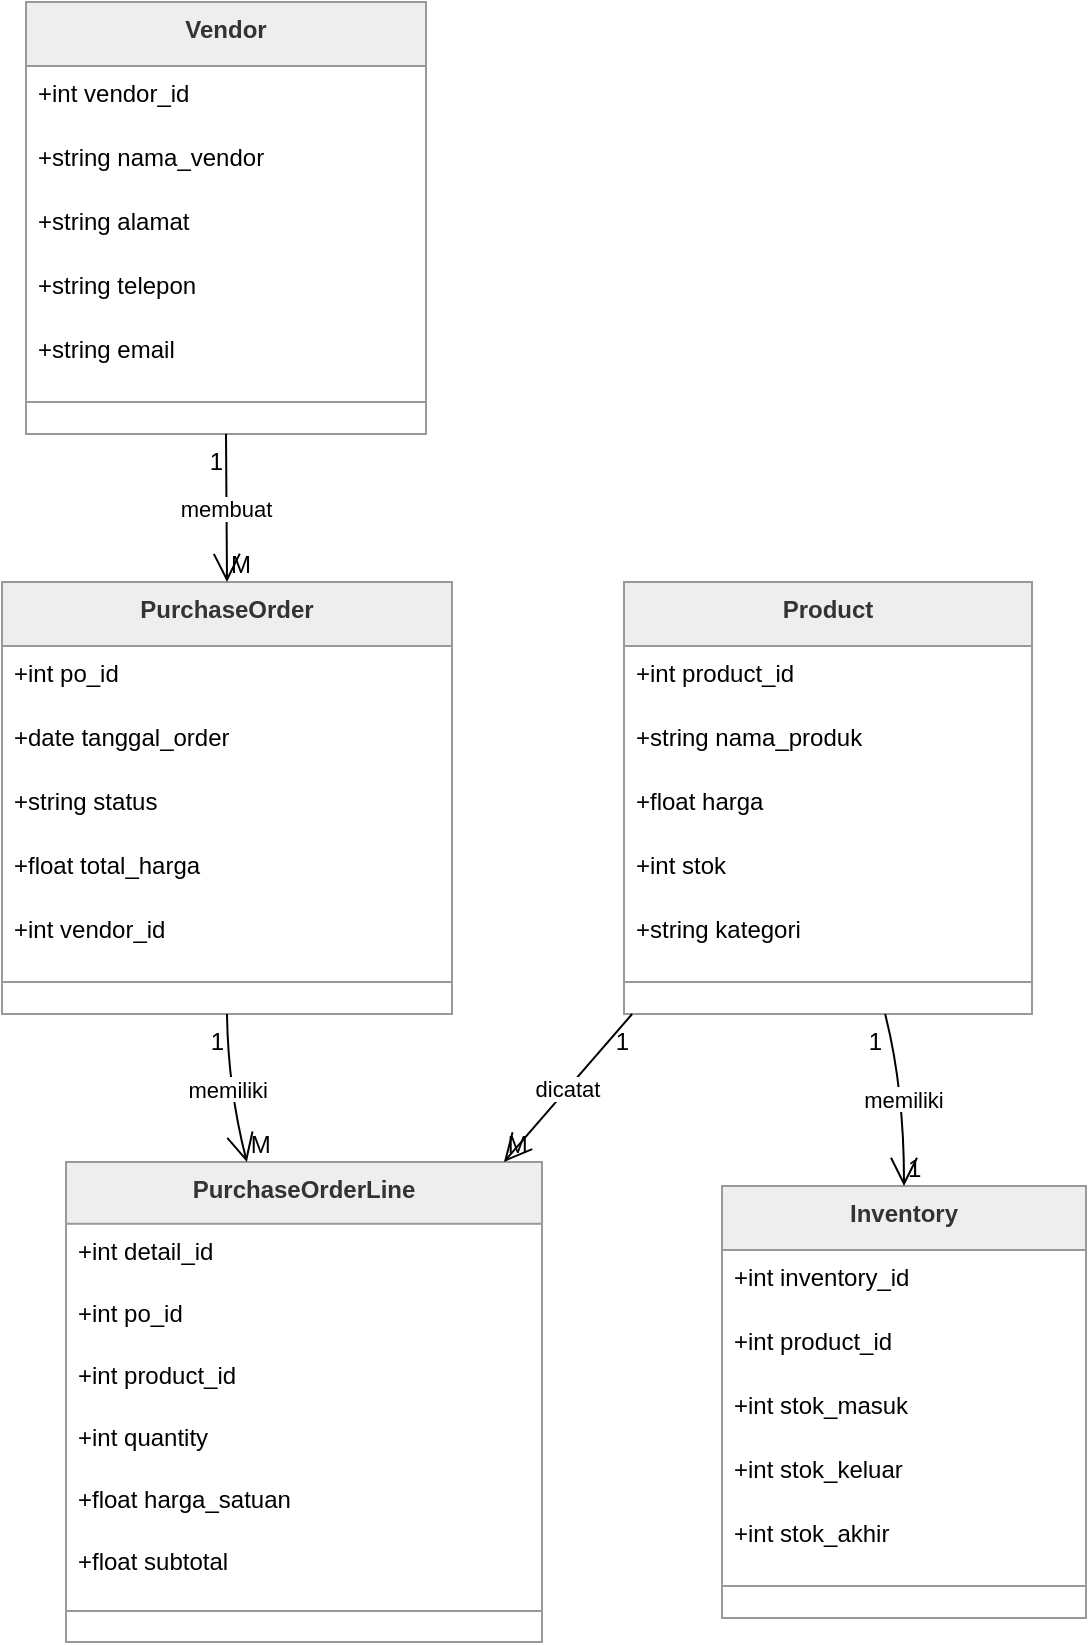
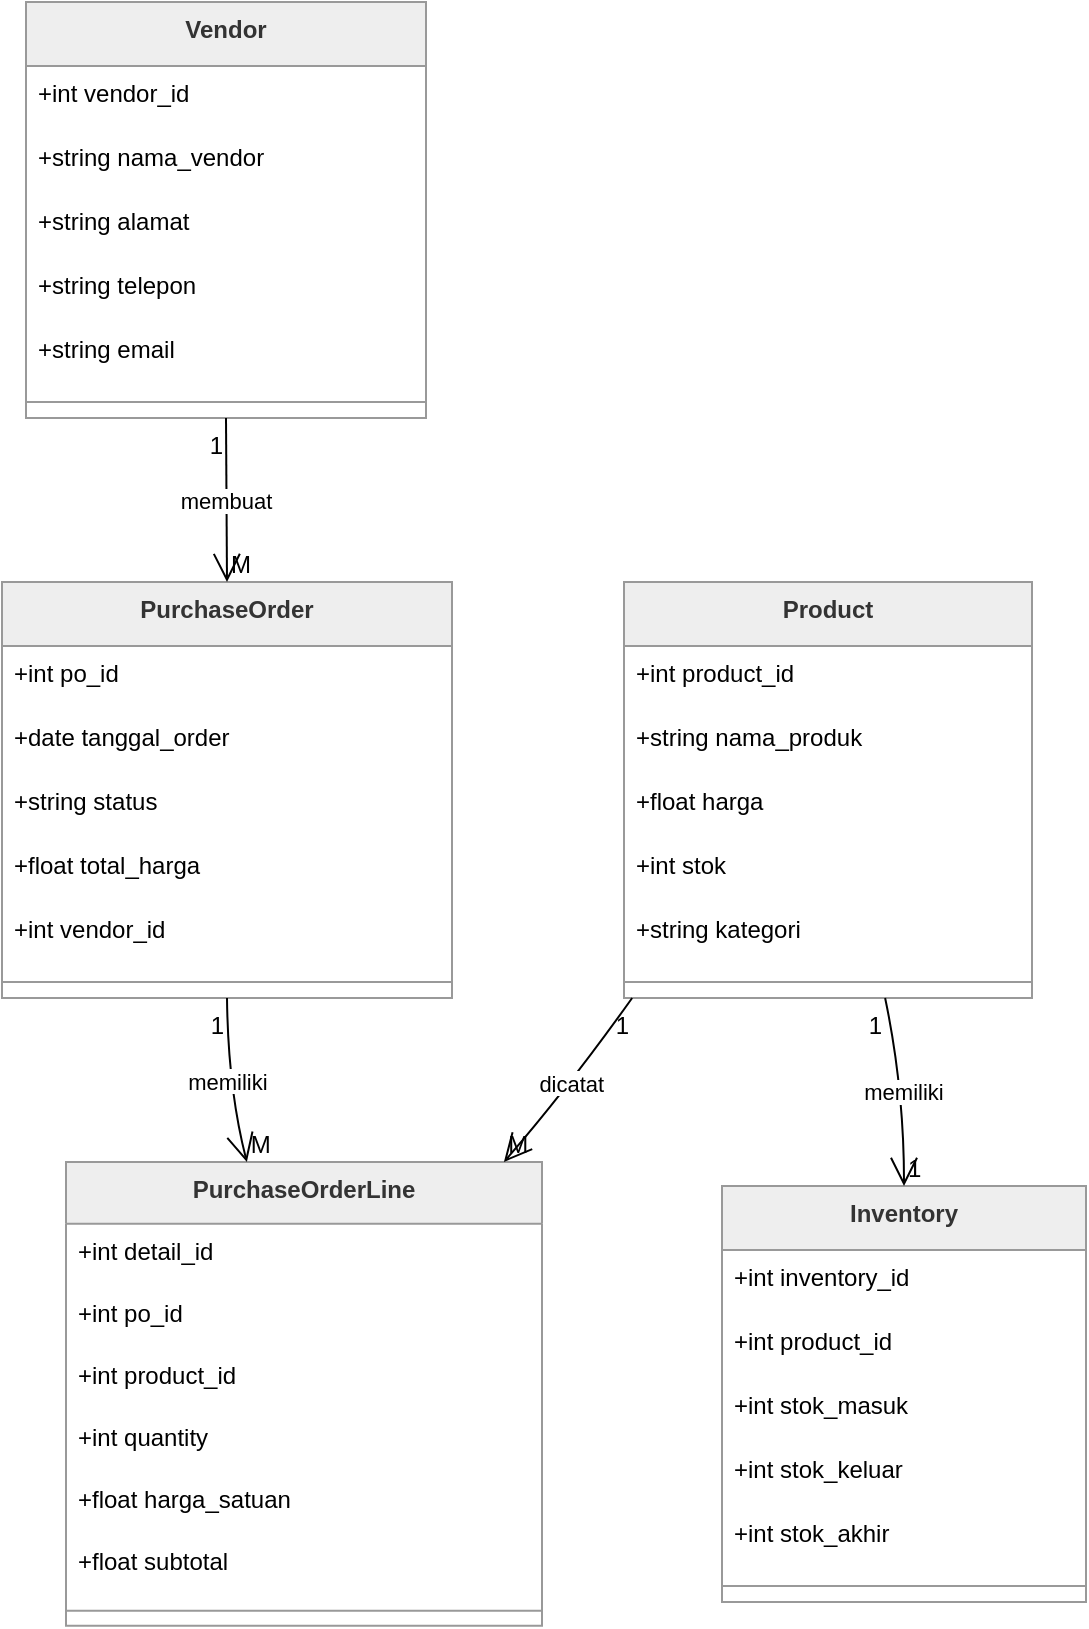
<mxfile host="app.diagrams.net">
  <diagram name="Page-1" id="ZEHfZsw04EiPZ7DPtwml">
-     <mxGraphModel>
+     <mxGraphModel dx="1407" dy="820" grid="1" gridSize="10" guides="1" tooltips="1" connect="1" arrows="1" fold="1" page="1" pageScale="1" pageWidth="850" pageHeight="1100" math="0" shadow="0">
      <root>
        <mxCell id="0" />
        <mxCell id="1" parent="0" />
-         <mxCell id="2" parent="1" style="swimlane;fontStyle=1;align=center;verticalAlign=top;childLayout=stackLayout;horizontal=1;startSize=32;horizontalStack=0;resizeParent=1;resizeParentMax=0;resizeLast=0;collapsible=0;marginBottom=0;fillColor=light-dark(#eeeeee,#1f2020);strokeColor=light-dark(#999999,#cccccc);fontColor=light-dark(#333333,#cccccc);" value="Vendor" vertex="1">
-           <mxGeometry height="216" width="200" x="20" y="8" as="geometry" />
+         <mxCell id="v3tHAhKI5LKudyrF1IeP-49" parent="1" style="swimlane;fontStyle=1;align=center;verticalAlign=top;childLayout=stackLayout;horizontal=1;startSize=32;horizontalStack=0;resizeParent=1;resizeParentMax=0;resizeLast=0;collapsible=0;marginBottom=0;fillColor=light-dark(#eeeeee,#1f2020);strokeColor=light-dark(#999999,#cccccc);fontColor=light-dark(#333333,#cccccc);" value="Vendor" vertex="1">
+           <mxGeometry height="208" width="200" x="32" y="20" as="geometry" />
        </mxCell>
-         <mxCell id="3" parent="2" style="text;strokeColor=none;fillColor=none;align=left;verticalAlign=top;spacingLeft=4;spacingRight=4;overflow=hidden;rotatable=0;points=[[0,0.5],[1,0.5]];portConstraint=eastwest;" value="+int vendor_id" vertex="1">
+         <mxCell id="v3tHAhKI5LKudyrF1IeP-50" parent="v3tHAhKI5LKudyrF1IeP-49" style="text;strokeColor=none;fillColor=none;align=left;verticalAlign=top;spacingLeft=4;spacingRight=4;overflow=hidden;rotatable=0;points=[[0,0.5],[1,0.5]];portConstraint=eastwest;" value="+int vendor_id" vertex="1">
          <mxGeometry height="32" width="200" y="32" as="geometry" />
        </mxCell>
-         <mxCell id="4" parent="2" style="text;strokeColor=none;fillColor=none;align=left;verticalAlign=top;spacingLeft=4;spacingRight=4;overflow=hidden;rotatable=0;points=[[0,0.5],[1,0.5]];portConstraint=eastwest;" value="+string nama_vendor" vertex="1">
+         <mxCell id="v3tHAhKI5LKudyrF1IeP-51" parent="v3tHAhKI5LKudyrF1IeP-49" style="text;strokeColor=none;fillColor=none;align=left;verticalAlign=top;spacingLeft=4;spacingRight=4;overflow=hidden;rotatable=0;points=[[0,0.5],[1,0.5]];portConstraint=eastwest;" value="+string nama_vendor" vertex="1">
          <mxGeometry height="32" width="200" y="64" as="geometry" />
        </mxCell>
-         <mxCell id="5" parent="2" style="text;strokeColor=none;fillColor=none;align=left;verticalAlign=top;spacingLeft=4;spacingRight=4;overflow=hidden;rotatable=0;points=[[0,0.5],[1,0.5]];portConstraint=eastwest;" value="+string alamat" vertex="1">
+         <mxCell id="v3tHAhKI5LKudyrF1IeP-52" parent="v3tHAhKI5LKudyrF1IeP-49" style="text;strokeColor=none;fillColor=none;align=left;verticalAlign=top;spacingLeft=4;spacingRight=4;overflow=hidden;rotatable=0;points=[[0,0.5],[1,0.5]];portConstraint=eastwest;" value="+string alamat" vertex="1">
          <mxGeometry height="32" width="200" y="96" as="geometry" />
        </mxCell>
-         <mxCell id="6" parent="2" style="text;strokeColor=none;fillColor=none;align=left;verticalAlign=top;spacingLeft=4;spacingRight=4;overflow=hidden;rotatable=0;points=[[0,0.5],[1,0.5]];portConstraint=eastwest;" value="+string telepon" vertex="1">
+         <mxCell id="v3tHAhKI5LKudyrF1IeP-53" parent="v3tHAhKI5LKudyrF1IeP-49" style="text;strokeColor=none;fillColor=none;align=left;verticalAlign=top;spacingLeft=4;spacingRight=4;overflow=hidden;rotatable=0;points=[[0,0.5],[1,0.5]];portConstraint=eastwest;" value="+string telepon" vertex="1">
          <mxGeometry height="32" width="200" y="128" as="geometry" />
        </mxCell>
-         <mxCell id="7" parent="2" style="text;strokeColor=none;fillColor=none;align=left;verticalAlign=top;spacingLeft=4;spacingRight=4;overflow=hidden;rotatable=0;points=[[0,0.5],[1,0.5]];portConstraint=eastwest;" value="+string email" vertex="1">
+         <mxCell id="v3tHAhKI5LKudyrF1IeP-54" parent="v3tHAhKI5LKudyrF1IeP-49" style="text;strokeColor=none;fillColor=none;align=left;verticalAlign=top;spacingLeft=4;spacingRight=4;overflow=hidden;rotatable=0;points=[[0,0.5],[1,0.5]];portConstraint=eastwest;" value="+string email" vertex="1">
          <mxGeometry height="32" width="200" y="160" as="geometry" />
        </mxCell>
-         <mxCell id="8" parent="2" style="line;strokeWidth=1;fillColor=none;align=left;verticalAlign=middle;spacingTop=-1;spacingLeft=3;spacingRight=3;rotatable=0;labelPosition=right;points=[];portConstraint=eastwest;strokeColor=inherit;" vertex="1">
+         <mxCell id="v3tHAhKI5LKudyrF1IeP-55" parent="v3tHAhKI5LKudyrF1IeP-49" style="line;strokeWidth=1;fillColor=none;align=left;verticalAlign=middle;spacingTop=-1;spacingLeft=3;spacingRight=3;rotatable=0;labelPosition=right;points=[];portConstraint=eastwest;strokeColor=inherit;" vertex="1">
          <mxGeometry height="16" width="200" y="192" as="geometry" />
        </mxCell>
-         <mxCell id="9" parent="1" style="swimlane;fontStyle=1;align=center;verticalAlign=top;childLayout=stackLayout;horizontal=1;startSize=32;horizontalStack=0;resizeParent=1;resizeParentMax=0;resizeLast=0;collapsible=0;marginBottom=0;fillColor=light-dark(#eeeeee,#1f2020);strokeColor=light-dark(#999999,#cccccc);fontColor=light-dark(#333333,#cccccc);" value="Product" vertex="1">
-           <mxGeometry height="216" width="204" x="319" y="298" as="geometry" />
+         <mxCell id="v3tHAhKI5LKudyrF1IeP-56" parent="1" style="swimlane;fontStyle=1;align=center;verticalAlign=top;childLayout=stackLayout;horizontal=1;startSize=32;horizontalStack=0;resizeParent=1;resizeParentMax=0;resizeLast=0;collapsible=0;marginBottom=0;fillColor=light-dark(#eeeeee,#1f2020);strokeColor=light-dark(#999999,#cccccc);fontColor=light-dark(#333333,#cccccc);" value="Product" vertex="1">
+           <mxGeometry height="208" width="204" x="331" y="310" as="geometry" />
        </mxCell>
-         <mxCell id="10" parent="9" style="text;strokeColor=none;fillColor=none;align=left;verticalAlign=top;spacingLeft=4;spacingRight=4;overflow=hidden;rotatable=0;points=[[0,0.5],[1,0.5]];portConstraint=eastwest;" value="+int product_id" vertex="1">
+         <mxCell id="v3tHAhKI5LKudyrF1IeP-57" parent="v3tHAhKI5LKudyrF1IeP-56" style="text;strokeColor=none;fillColor=none;align=left;verticalAlign=top;spacingLeft=4;spacingRight=4;overflow=hidden;rotatable=0;points=[[0,0.5],[1,0.5]];portConstraint=eastwest;" value="+int product_id" vertex="1">
          <mxGeometry height="32" width="204" y="32" as="geometry" />
        </mxCell>
-         <mxCell id="11" parent="9" style="text;strokeColor=none;fillColor=none;align=left;verticalAlign=top;spacingLeft=4;spacingRight=4;overflow=hidden;rotatable=0;points=[[0,0.5],[1,0.5]];portConstraint=eastwest;" value="+string nama_produk" vertex="1">
+         <mxCell id="v3tHAhKI5LKudyrF1IeP-58" parent="v3tHAhKI5LKudyrF1IeP-56" style="text;strokeColor=none;fillColor=none;align=left;verticalAlign=top;spacingLeft=4;spacingRight=4;overflow=hidden;rotatable=0;points=[[0,0.5],[1,0.5]];portConstraint=eastwest;" value="+string nama_produk" vertex="1">
          <mxGeometry height="32" width="204" y="64" as="geometry" />
        </mxCell>
-         <mxCell id="12" parent="9" style="text;strokeColor=none;fillColor=none;align=left;verticalAlign=top;spacingLeft=4;spacingRight=4;overflow=hidden;rotatable=0;points=[[0,0.5],[1,0.5]];portConstraint=eastwest;" value="+float harga" vertex="1">
+         <mxCell id="v3tHAhKI5LKudyrF1IeP-59" parent="v3tHAhKI5LKudyrF1IeP-56" style="text;strokeColor=none;fillColor=none;align=left;verticalAlign=top;spacingLeft=4;spacingRight=4;overflow=hidden;rotatable=0;points=[[0,0.5],[1,0.5]];portConstraint=eastwest;" value="+float harga" vertex="1">
          <mxGeometry height="32" width="204" y="96" as="geometry" />
        </mxCell>
-         <mxCell id="13" parent="9" style="text;strokeColor=none;fillColor=none;align=left;verticalAlign=top;spacingLeft=4;spacingRight=4;overflow=hidden;rotatable=0;points=[[0,0.5],[1,0.5]];portConstraint=eastwest;" value="+int stok" vertex="1">
+         <mxCell id="v3tHAhKI5LKudyrF1IeP-60" parent="v3tHAhKI5LKudyrF1IeP-56" style="text;strokeColor=none;fillColor=none;align=left;verticalAlign=top;spacingLeft=4;spacingRight=4;overflow=hidden;rotatable=0;points=[[0,0.5],[1,0.5]];portConstraint=eastwest;" value="+int stok" vertex="1">
          <mxGeometry height="32" width="204" y="128" as="geometry" />
        </mxCell>
-         <mxCell id="14" parent="9" style="text;strokeColor=none;fillColor=none;align=left;verticalAlign=top;spacingLeft=4;spacingRight=4;overflow=hidden;rotatable=0;points=[[0,0.5],[1,0.5]];portConstraint=eastwest;" value="+string kategori" vertex="1">
+         <mxCell id="v3tHAhKI5LKudyrF1IeP-61" parent="v3tHAhKI5LKudyrF1IeP-56" style="text;strokeColor=none;fillColor=none;align=left;verticalAlign=top;spacingLeft=4;spacingRight=4;overflow=hidden;rotatable=0;points=[[0,0.5],[1,0.5]];portConstraint=eastwest;" value="+string kategori" vertex="1">
          <mxGeometry height="32" width="204" y="160" as="geometry" />
        </mxCell>
-         <mxCell id="15" parent="9" style="line;strokeWidth=1;fillColor=none;align=left;verticalAlign=middle;spacingTop=-1;spacingLeft=3;spacingRight=3;rotatable=0;labelPosition=right;points=[];portConstraint=eastwest;strokeColor=inherit;" vertex="1">
+         <mxCell id="v3tHAhKI5LKudyrF1IeP-62" parent="v3tHAhKI5LKudyrF1IeP-56" style="line;strokeWidth=1;fillColor=none;align=left;verticalAlign=middle;spacingTop=-1;spacingLeft=3;spacingRight=3;rotatable=0;labelPosition=right;points=[];portConstraint=eastwest;strokeColor=inherit;" vertex="1">
          <mxGeometry height="16" width="204" y="192" as="geometry" />
        </mxCell>
-         <mxCell id="16" parent="1" style="swimlane;fontStyle=1;align=center;verticalAlign=top;childLayout=stackLayout;horizontal=1;startSize=32;horizontalStack=0;resizeParent=1;resizeParentMax=0;resizeLast=0;collapsible=0;marginBottom=0;fillColor=light-dark(#eeeeee,#1f2020);strokeColor=light-dark(#999999,#cccccc);fontColor=light-dark(#333333,#cccccc);" value="PurchaseOrder" vertex="1">
-           <mxGeometry height="216" width="225" x="8" y="298" as="geometry" />
+         <mxCell id="v3tHAhKI5LKudyrF1IeP-63" parent="1" style="swimlane;fontStyle=1;align=center;verticalAlign=top;childLayout=stackLayout;horizontal=1;startSize=32;horizontalStack=0;resizeParent=1;resizeParentMax=0;resizeLast=0;collapsible=0;marginBottom=0;fillColor=light-dark(#eeeeee,#1f2020);strokeColor=light-dark(#999999,#cccccc);fontColor=light-dark(#333333,#cccccc);" value="PurchaseOrder" vertex="1">
+           <mxGeometry height="208" width="225" x="20" y="310" as="geometry" />
        </mxCell>
-         <mxCell id="17" parent="16" style="text;strokeColor=none;fillColor=none;align=left;verticalAlign=top;spacingLeft=4;spacingRight=4;overflow=hidden;rotatable=0;points=[[0,0.5],[1,0.5]];portConstraint=eastwest;" value="+int po_id" vertex="1">
+         <mxCell id="v3tHAhKI5LKudyrF1IeP-64" parent="v3tHAhKI5LKudyrF1IeP-63" style="text;strokeColor=none;fillColor=none;align=left;verticalAlign=top;spacingLeft=4;spacingRight=4;overflow=hidden;rotatable=0;points=[[0,0.5],[1,0.5]];portConstraint=eastwest;" value="+int po_id" vertex="1">
          <mxGeometry height="32" width="225" y="32" as="geometry" />
        </mxCell>
-         <mxCell id="18" parent="16" style="text;strokeColor=none;fillColor=none;align=left;verticalAlign=top;spacingLeft=4;spacingRight=4;overflow=hidden;rotatable=0;points=[[0,0.5],[1,0.5]];portConstraint=eastwest;" value="+date tanggal_order" vertex="1">
+         <mxCell id="v3tHAhKI5LKudyrF1IeP-65" parent="v3tHAhKI5LKudyrF1IeP-63" style="text;strokeColor=none;fillColor=none;align=left;verticalAlign=top;spacingLeft=4;spacingRight=4;overflow=hidden;rotatable=0;points=[[0,0.5],[1,0.5]];portConstraint=eastwest;" value="+date tanggal_order" vertex="1">
          <mxGeometry height="32" width="225" y="64" as="geometry" />
        </mxCell>
-         <mxCell id="19" parent="16" style="text;strokeColor=none;fillColor=none;align=left;verticalAlign=top;spacingLeft=4;spacingRight=4;overflow=hidden;rotatable=0;points=[[0,0.5],[1,0.5]];portConstraint=eastwest;" value="+string status" vertex="1">
+         <mxCell id="v3tHAhKI5LKudyrF1IeP-66" parent="v3tHAhKI5LKudyrF1IeP-63" style="text;strokeColor=none;fillColor=none;align=left;verticalAlign=top;spacingLeft=4;spacingRight=4;overflow=hidden;rotatable=0;points=[[0,0.5],[1,0.5]];portConstraint=eastwest;" value="+string status" vertex="1">
          <mxGeometry height="32" width="225" y="96" as="geometry" />
        </mxCell>
-         <mxCell id="20" parent="16" style="text;strokeColor=none;fillColor=none;align=left;verticalAlign=top;spacingLeft=4;spacingRight=4;overflow=hidden;rotatable=0;points=[[0,0.5],[1,0.5]];portConstraint=eastwest;" value="+float total_harga" vertex="1">
+         <mxCell id="v3tHAhKI5LKudyrF1IeP-67" parent="v3tHAhKI5LKudyrF1IeP-63" style="text;strokeColor=none;fillColor=none;align=left;verticalAlign=top;spacingLeft=4;spacingRight=4;overflow=hidden;rotatable=0;points=[[0,0.5],[1,0.5]];portConstraint=eastwest;" value="+float total_harga" vertex="1">
          <mxGeometry height="32" width="225" y="128" as="geometry" />
        </mxCell>
-         <mxCell id="21" parent="16" style="text;strokeColor=none;fillColor=none;align=left;verticalAlign=top;spacingLeft=4;spacingRight=4;overflow=hidden;rotatable=0;points=[[0,0.5],[1,0.5]];portConstraint=eastwest;" value="+int vendor_id" vertex="1">
+         <mxCell id="v3tHAhKI5LKudyrF1IeP-68" parent="v3tHAhKI5LKudyrF1IeP-63" style="text;strokeColor=none;fillColor=none;align=left;verticalAlign=top;spacingLeft=4;spacingRight=4;overflow=hidden;rotatable=0;points=[[0,0.5],[1,0.5]];portConstraint=eastwest;" value="+int vendor_id" vertex="1">
          <mxGeometry height="32" width="225" y="160" as="geometry" />
        </mxCell>
-         <mxCell id="22" parent="16" style="line;strokeWidth=1;fillColor=none;align=left;verticalAlign=middle;spacingTop=-1;spacingLeft=3;spacingRight=3;rotatable=0;labelPosition=right;points=[];portConstraint=eastwest;strokeColor=inherit;" vertex="1">
+         <mxCell id="v3tHAhKI5LKudyrF1IeP-69" parent="v3tHAhKI5LKudyrF1IeP-63" style="line;strokeWidth=1;fillColor=none;align=left;verticalAlign=middle;spacingTop=-1;spacingLeft=3;spacingRight=3;rotatable=0;labelPosition=right;points=[];portConstraint=eastwest;strokeColor=inherit;" vertex="1">
          <mxGeometry height="16" width="225" y="192" as="geometry" />
        </mxCell>
-         <mxCell id="23" parent="1" style="swimlane;fontStyle=1;align=center;verticalAlign=top;childLayout=stackLayout;horizontal=1;startSize=30.933333333333334;horizontalStack=0;resizeParent=1;resizeParentMax=0;resizeLast=0;collapsible=0;marginBottom=0;fillColor=light-dark(#eeeeee,#1f2020);strokeColor=light-dark(#999999,#cccccc);fontColor=light-dark(#333333,#cccccc);" value="PurchaseOrderLine" vertex="1">
-           <mxGeometry height="240" width="238" x="40" y="588" as="geometry" />
+         <mxCell id="v3tHAhKI5LKudyrF1IeP-70" parent="1" style="swimlane;fontStyle=1;align=center;verticalAlign=top;childLayout=stackLayout;horizontal=1;startSize=30.933333333333334;horizontalStack=0;resizeParent=1;resizeParentMax=0;resizeLast=0;collapsible=0;marginBottom=0;fillColor=light-dark(#eeeeee,#1f2020);strokeColor=light-dark(#999999,#cccccc);fontColor=light-dark(#333333,#cccccc);" value="PurchaseOrderLine" vertex="1">
+           <mxGeometry height="231.93333333333334" width="238" x="52" y="600" as="geometry" />
        </mxCell>
-         <mxCell id="24" parent="23" style="text;strokeColor=none;fillColor=none;align=left;verticalAlign=top;spacingLeft=4;spacingRight=4;overflow=hidden;rotatable=0;points=[[0,0.5],[1,0.5]];portConstraint=eastwest;" value="+int detail_id" vertex="1">
-           <mxGeometry height="31" width="238" y="31" as="geometry" />
+         <mxCell id="v3tHAhKI5LKudyrF1IeP-71" parent="v3tHAhKI5LKudyrF1IeP-70" style="text;strokeColor=none;fillColor=none;align=left;verticalAlign=top;spacingLeft=4;spacingRight=4;overflow=hidden;rotatable=0;points=[[0,0.5],[1,0.5]];portConstraint=eastwest;" value="+int detail_id" vertex="1">
+           <mxGeometry height="31" width="238" y="30.933333333333334" as="geometry" />
        </mxCell>
-         <mxCell id="25" parent="23" style="text;strokeColor=none;fillColor=none;align=left;verticalAlign=top;spacingLeft=4;spacingRight=4;overflow=hidden;rotatable=0;points=[[0,0.5],[1,0.5]];portConstraint=eastwest;" value="+int po_id" vertex="1">
-           <mxGeometry height="31" width="238" y="62" as="geometry" />
+         <mxCell id="v3tHAhKI5LKudyrF1IeP-72" parent="v3tHAhKI5LKudyrF1IeP-70" style="text;strokeColor=none;fillColor=none;align=left;verticalAlign=top;spacingLeft=4;spacingRight=4;overflow=hidden;rotatable=0;points=[[0,0.5],[1,0.5]];portConstraint=eastwest;" value="+int po_id" vertex="1">
+           <mxGeometry height="31" width="238" y="61.93333333333334" as="geometry" />
        </mxCell>
-         <mxCell id="26" parent="23" style="text;strokeColor=none;fillColor=none;align=left;verticalAlign=top;spacingLeft=4;spacingRight=4;overflow=hidden;rotatable=0;points=[[0,0.5],[1,0.5]];portConstraint=eastwest;" value="+int product_id" vertex="1">
-           <mxGeometry height="31" width="238" y="93" as="geometry" />
+         <mxCell id="v3tHAhKI5LKudyrF1IeP-73" parent="v3tHAhKI5LKudyrF1IeP-70" style="text;strokeColor=none;fillColor=none;align=left;verticalAlign=top;spacingLeft=4;spacingRight=4;overflow=hidden;rotatable=0;points=[[0,0.5],[1,0.5]];portConstraint=eastwest;" value="+int product_id" vertex="1">
+           <mxGeometry height="31" width="238" y="92.93333333333334" as="geometry" />
        </mxCell>
-         <mxCell id="27" parent="23" style="text;strokeColor=none;fillColor=none;align=left;verticalAlign=top;spacingLeft=4;spacingRight=4;overflow=hidden;rotatable=0;points=[[0,0.5],[1,0.5]];portConstraint=eastwest;" value="+int quantity" vertex="1">
-           <mxGeometry height="31" width="238" y="124" as="geometry" />
+         <mxCell id="v3tHAhKI5LKudyrF1IeP-74" parent="v3tHAhKI5LKudyrF1IeP-70" style="text;strokeColor=none;fillColor=none;align=left;verticalAlign=top;spacingLeft=4;spacingRight=4;overflow=hidden;rotatable=0;points=[[0,0.5],[1,0.5]];portConstraint=eastwest;" value="+int quantity" vertex="1">
+           <mxGeometry height="31" width="238" y="123.93333333333334" as="geometry" />
        </mxCell>
-         <mxCell id="28" parent="23" style="text;strokeColor=none;fillColor=none;align=left;verticalAlign=top;spacingLeft=4;spacingRight=4;overflow=hidden;rotatable=0;points=[[0,0.5],[1,0.5]];portConstraint=eastwest;" value="+float harga_satuan" vertex="1">
-           <mxGeometry height="31" width="238" y="155" as="geometry" />
+         <mxCell id="v3tHAhKI5LKudyrF1IeP-75" parent="v3tHAhKI5LKudyrF1IeP-70" style="text;strokeColor=none;fillColor=none;align=left;verticalAlign=top;spacingLeft=4;spacingRight=4;overflow=hidden;rotatable=0;points=[[0,0.5],[1,0.5]];portConstraint=eastwest;" value="+float harga_satuan" vertex="1">
+           <mxGeometry height="31" width="238" y="154.93333333333334" as="geometry" />
        </mxCell>
-         <mxCell id="29" parent="23" style="text;strokeColor=none;fillColor=none;align=left;verticalAlign=top;spacingLeft=4;spacingRight=4;overflow=hidden;rotatable=0;points=[[0,0.5],[1,0.5]];portConstraint=eastwest;" value="+float subtotal" vertex="1">
-           <mxGeometry height="31" width="238" y="186" as="geometry" />
+         <mxCell id="v3tHAhKI5LKudyrF1IeP-76" parent="v3tHAhKI5LKudyrF1IeP-70" style="text;strokeColor=none;fillColor=none;align=left;verticalAlign=top;spacingLeft=4;spacingRight=4;overflow=hidden;rotatable=0;points=[[0,0.5],[1,0.5]];portConstraint=eastwest;" value="+float subtotal" vertex="1">
+           <mxGeometry height="31" width="238" y="185.93333333333334" as="geometry" />
        </mxCell>
-         <mxCell id="30" parent="23" style="line;strokeWidth=1;fillColor=none;align=left;verticalAlign=middle;spacingTop=-1;spacingLeft=3;spacingRight=3;rotatable=0;labelPosition=right;points=[];portConstraint=eastwest;strokeColor=inherit;" vertex="1">
-           <mxGeometry height="15" width="238" y="217" as="geometry" />
+         <mxCell id="v3tHAhKI5LKudyrF1IeP-77" parent="v3tHAhKI5LKudyrF1IeP-70" style="line;strokeWidth=1;fillColor=none;align=left;verticalAlign=middle;spacingTop=-1;spacingLeft=3;spacingRight=3;rotatable=0;labelPosition=right;points=[];portConstraint=eastwest;strokeColor=inherit;" vertex="1">
+           <mxGeometry height="15" width="238" y="216.93333333333334" as="geometry" />
        </mxCell>
-         <mxCell id="31" parent="1" style="swimlane;fontStyle=1;align=center;verticalAlign=top;childLayout=stackLayout;horizontal=1;startSize=32;horizontalStack=0;resizeParent=1;resizeParentMax=0;resizeLast=0;collapsible=0;marginBottom=0;fillColor=light-dark(#eeeeee,#1f2020);strokeColor=light-dark(#999999,#cccccc);fontColor=light-dark(#333333,#cccccc);" value="Inventory" vertex="1">
-           <mxGeometry height="216" width="182" x="368" y="600" as="geometry" />
+         <mxCell id="v3tHAhKI5LKudyrF1IeP-78" parent="1" style="swimlane;fontStyle=1;align=center;verticalAlign=top;childLayout=stackLayout;horizontal=1;startSize=32;horizontalStack=0;resizeParent=1;resizeParentMax=0;resizeLast=0;collapsible=0;marginBottom=0;fillColor=light-dark(#eeeeee,#1f2020);strokeColor=light-dark(#999999,#cccccc);fontColor=light-dark(#333333,#cccccc);" value="Inventory" vertex="1">
+           <mxGeometry height="208" width="182" x="380" y="612" as="geometry" />
        </mxCell>
-         <mxCell id="32" parent="31" style="text;strokeColor=none;fillColor=none;align=left;verticalAlign=top;spacingLeft=4;spacingRight=4;overflow=hidden;rotatable=0;points=[[0,0.5],[1,0.5]];portConstraint=eastwest;" value="+int inventory_id" vertex="1">
+         <mxCell id="v3tHAhKI5LKudyrF1IeP-79" parent="v3tHAhKI5LKudyrF1IeP-78" style="text;strokeColor=none;fillColor=none;align=left;verticalAlign=top;spacingLeft=4;spacingRight=4;overflow=hidden;rotatable=0;points=[[0,0.5],[1,0.5]];portConstraint=eastwest;" value="+int inventory_id" vertex="1">
          <mxGeometry height="32" width="182" y="32" as="geometry" />
        </mxCell>
-         <mxCell id="33" parent="31" style="text;strokeColor=none;fillColor=none;align=left;verticalAlign=top;spacingLeft=4;spacingRight=4;overflow=hidden;rotatable=0;points=[[0,0.5],[1,0.5]];portConstraint=eastwest;" value="+int product_id" vertex="1">
+         <mxCell id="v3tHAhKI5LKudyrF1IeP-80" parent="v3tHAhKI5LKudyrF1IeP-78" style="text;strokeColor=none;fillColor=none;align=left;verticalAlign=top;spacingLeft=4;spacingRight=4;overflow=hidden;rotatable=0;points=[[0,0.5],[1,0.5]];portConstraint=eastwest;" value="+int product_id" vertex="1">
          <mxGeometry height="32" width="182" y="64" as="geometry" />
        </mxCell>
-         <mxCell id="34" parent="31" style="text;strokeColor=none;fillColor=none;align=left;verticalAlign=top;spacingLeft=4;spacingRight=4;overflow=hidden;rotatable=0;points=[[0,0.5],[1,0.5]];portConstraint=eastwest;" value="+int stok_masuk" vertex="1">
+         <mxCell id="v3tHAhKI5LKudyrF1IeP-81" parent="v3tHAhKI5LKudyrF1IeP-78" style="text;strokeColor=none;fillColor=none;align=left;verticalAlign=top;spacingLeft=4;spacingRight=4;overflow=hidden;rotatable=0;points=[[0,0.5],[1,0.5]];portConstraint=eastwest;" value="+int stok_masuk" vertex="1">
          <mxGeometry height="32" width="182" y="96" as="geometry" />
        </mxCell>
-         <mxCell id="35" parent="31" style="text;strokeColor=none;fillColor=none;align=left;verticalAlign=top;spacingLeft=4;spacingRight=4;overflow=hidden;rotatable=0;points=[[0,0.5],[1,0.5]];portConstraint=eastwest;" value="+int stok_keluar" vertex="1">
+         <mxCell id="v3tHAhKI5LKudyrF1IeP-82" parent="v3tHAhKI5LKudyrF1IeP-78" style="text;strokeColor=none;fillColor=none;align=left;verticalAlign=top;spacingLeft=4;spacingRight=4;overflow=hidden;rotatable=0;points=[[0,0.5],[1,0.5]];portConstraint=eastwest;" value="+int stok_keluar" vertex="1">
          <mxGeometry height="32" width="182" y="128" as="geometry" />
        </mxCell>
-         <mxCell id="36" parent="31" style="text;strokeColor=none;fillColor=none;align=left;verticalAlign=top;spacingLeft=4;spacingRight=4;overflow=hidden;rotatable=0;points=[[0,0.5],[1,0.5]];portConstraint=eastwest;" value="+int stok_akhir" vertex="1">
+         <mxCell id="v3tHAhKI5LKudyrF1IeP-83" parent="v3tHAhKI5LKudyrF1IeP-78" style="text;strokeColor=none;fillColor=none;align=left;verticalAlign=top;spacingLeft=4;spacingRight=4;overflow=hidden;rotatable=0;points=[[0,0.5],[1,0.5]];portConstraint=eastwest;" value="+int stok_akhir" vertex="1">
          <mxGeometry height="32" width="182" y="160" as="geometry" />
        </mxCell>
-         <mxCell id="37" parent="31" style="line;strokeWidth=1;fillColor=none;align=left;verticalAlign=middle;spacingTop=-1;spacingLeft=3;spacingRight=3;rotatable=0;labelPosition=right;points=[];portConstraint=eastwest;strokeColor=inherit;" vertex="1">
+         <mxCell id="v3tHAhKI5LKudyrF1IeP-84" parent="v3tHAhKI5LKudyrF1IeP-78" style="line;strokeWidth=1;fillColor=none;align=left;verticalAlign=middle;spacingTop=-1;spacingLeft=3;spacingRight=3;rotatable=0;labelPosition=right;points=[];portConstraint=eastwest;strokeColor=inherit;" vertex="1">
          <mxGeometry height="16" width="182" y="192" as="geometry" />
        </mxCell>
-         <mxCell id="38" edge="1" parent="1" source="2" style="curved=1;startArrow=none;endArrow=open;endSize=12;exitX=0.5;exitY=1;entryX=0.5;entryY=0;" target="16" value="membuat">
+         <mxCell id="v3tHAhKI5LKudyrF1IeP-85" edge="1" parent="1" source="v3tHAhKI5LKudyrF1IeP-49" style="curved=1;startArrow=none;endArrow=open;endSize=12;exitX=0.5;exitY=1;entryX=0.5;entryY=0;rounded=0;" target="v3tHAhKI5LKudyrF1IeP-63" value="membuat">
          <mxGeometry relative="1" as="geometry">
            <Array as="points" />
          </mxGeometry>
        </mxCell>
-         <mxCell id="39" parent="38" style="edgeLabel;resizable=0;labelBackgroundColor=none;fontSize=12;align=right;verticalAlign=top;" value="1" vertex="1">
+         <mxCell id="v3tHAhKI5LKudyrF1IeP-86" parent="v3tHAhKI5LKudyrF1IeP-85" style="edgeLabel;resizable=0;labelBackgroundColor=none;fontSize=12;align=right;verticalAlign=top;" value="1" vertex="1">
          <mxGeometry relative="1" x="-1" as="geometry" />
        </mxCell>
-         <mxCell id="40" parent="38" style="edgeLabel;resizable=0;labelBackgroundColor=none;fontSize=12;align=left;verticalAlign=bottom;" value="M" vertex="1">
+         <mxCell id="v3tHAhKI5LKudyrF1IeP-87" parent="v3tHAhKI5LKudyrF1IeP-85" style="edgeLabel;resizable=0;labelBackgroundColor=none;fontSize=12;align=left;verticalAlign=bottom;" value="M" vertex="1">
          <mxGeometry relative="1" x="1" as="geometry" />
        </mxCell>
-         <mxCell id="41" edge="1" parent="1" source="16" style="curved=1;startArrow=none;endArrow=open;endSize=12;exitX=0.5;exitY=1;entryX=0.38;entryY=0;" target="23" value="memiliki">
+         <mxCell id="v3tHAhKI5LKudyrF1IeP-88" edge="1" parent="1" source="v3tHAhKI5LKudyrF1IeP-63" style="curved=1;startArrow=none;endArrow=open;endSize=12;exitX=0.5;exitY=1;entryX=0.38;entryY=0;rounded=0;" target="v3tHAhKI5LKudyrF1IeP-70" value="memiliki">
          <mxGeometry relative="1" as="geometry">
            <Array as="points">
-               <mxPoint x="121" y="551" />
+               <mxPoint x="133" y="563" />
            </Array>
          </mxGeometry>
        </mxCell>
-         <mxCell id="42" parent="41" style="edgeLabel;resizable=0;labelBackgroundColor=none;fontSize=12;align=right;verticalAlign=top;" value="1" vertex="1">
+         <mxCell id="v3tHAhKI5LKudyrF1IeP-89" parent="v3tHAhKI5LKudyrF1IeP-88" style="edgeLabel;resizable=0;labelBackgroundColor=none;fontSize=12;align=right;verticalAlign=top;" value="1" vertex="1">
          <mxGeometry relative="1" x="-1" as="geometry" />
        </mxCell>
-         <mxCell id="43" parent="41" style="edgeLabel;resizable=0;labelBackgroundColor=none;fontSize=12;align=left;verticalAlign=bottom;" value="M" vertex="1">
+         <mxCell id="v3tHAhKI5LKudyrF1IeP-90" parent="v3tHAhKI5LKudyrF1IeP-88" style="edgeLabel;resizable=0;labelBackgroundColor=none;fontSize=12;align=left;verticalAlign=bottom;" value="M" vertex="1">
          <mxGeometry relative="1" x="1" as="geometry" />
        </mxCell>
-         <mxCell id="44" edge="1" parent="1" source="9" style="curved=1;startArrow=none;endArrow=open;endSize=12;exitX=0.02;exitY=1;entryX=0.92;entryY=0;" target="23" value="dicatat">
+         <mxCell id="v3tHAhKI5LKudyrF1IeP-91" edge="1" parent="1" source="v3tHAhKI5LKudyrF1IeP-56" style="curved=1;startArrow=none;endArrow=open;endSize=12;exitX=0.02;exitY=1;entryX=0.92;entryY=0;rounded=0;" target="v3tHAhKI5LKudyrF1IeP-70" value="dicatat">
          <mxGeometry relative="1" as="geometry">
            <Array as="points">
-               <mxPoint x="291" y="551" />
+               <mxPoint x="303" y="563" />
            </Array>
          </mxGeometry>
        </mxCell>
-         <mxCell id="45" parent="44" style="edgeLabel;resizable=0;labelBackgroundColor=none;fontSize=12;align=right;verticalAlign=top;" value="1" vertex="1">
+         <mxCell id="v3tHAhKI5LKudyrF1IeP-92" parent="v3tHAhKI5LKudyrF1IeP-91" style="edgeLabel;resizable=0;labelBackgroundColor=none;fontSize=12;align=right;verticalAlign=top;" value="1" vertex="1">
          <mxGeometry relative="1" x="-1" as="geometry" />
        </mxCell>
-         <mxCell id="46" parent="44" style="edgeLabel;resizable=0;labelBackgroundColor=none;fontSize=12;align=left;verticalAlign=bottom;" value="M" vertex="1">
+         <mxCell id="v3tHAhKI5LKudyrF1IeP-93" parent="v3tHAhKI5LKudyrF1IeP-91" style="edgeLabel;resizable=0;labelBackgroundColor=none;fontSize=12;align=left;verticalAlign=bottom;" value="M" vertex="1">
          <mxGeometry relative="1" x="1" as="geometry" />
        </mxCell>
-         <mxCell id="47" edge="1" parent="1" source="9" style="curved=1;startArrow=none;endArrow=open;endSize=12;exitX=0.64;exitY=1;entryX=0.5;entryY=0;" target="31" value="memiliki">
+         <mxCell id="v3tHAhKI5LKudyrF1IeP-94" edge="1" parent="1" source="v3tHAhKI5LKudyrF1IeP-56" style="curved=1;startArrow=none;endArrow=open;endSize=12;exitX=0.64;exitY=1;entryX=0.5;entryY=0;rounded=0;" target="v3tHAhKI5LKudyrF1IeP-78" value="memiliki">
          <mxGeometry relative="1" as="geometry">
            <Array as="points">
-               <mxPoint x="459" y="551" />
+               <mxPoint x="471" y="563" />
            </Array>
          </mxGeometry>
        </mxCell>
-         <mxCell id="48" parent="47" style="edgeLabel;resizable=0;labelBackgroundColor=none;fontSize=12;align=right;verticalAlign=top;" value="1" vertex="1">
+         <mxCell id="v3tHAhKI5LKudyrF1IeP-95" parent="v3tHAhKI5LKudyrF1IeP-94" style="edgeLabel;resizable=0;labelBackgroundColor=none;fontSize=12;align=right;verticalAlign=top;" value="1" vertex="1">
          <mxGeometry relative="1" x="-1" as="geometry" />
        </mxCell>
-         <mxCell id="49" parent="47" style="edgeLabel;resizable=0;labelBackgroundColor=none;fontSize=12;align=left;verticalAlign=bottom;" value="1" vertex="1">
+         <mxCell id="v3tHAhKI5LKudyrF1IeP-96" parent="v3tHAhKI5LKudyrF1IeP-94" style="edgeLabel;resizable=0;labelBackgroundColor=none;fontSize=12;align=left;verticalAlign=bottom;" value="1" vertex="1">
          <mxGeometry relative="1" x="1" as="geometry" />
        </mxCell>
      </root>
    </mxGraphModel>
  </diagram>
</mxfile>
